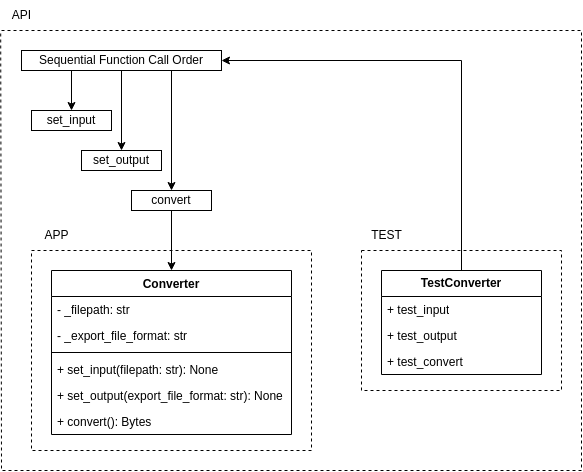
This is _readme/Diagram-API_TEST.drawio.png from ames0k0/TP--Audio-File-Converter, a draw.io export, as it was before one commit. Source tidied: cells renumbered, new cells last; positions are measured from the earlier drawing's top-left corner, leaving out a move shared by most shapes.
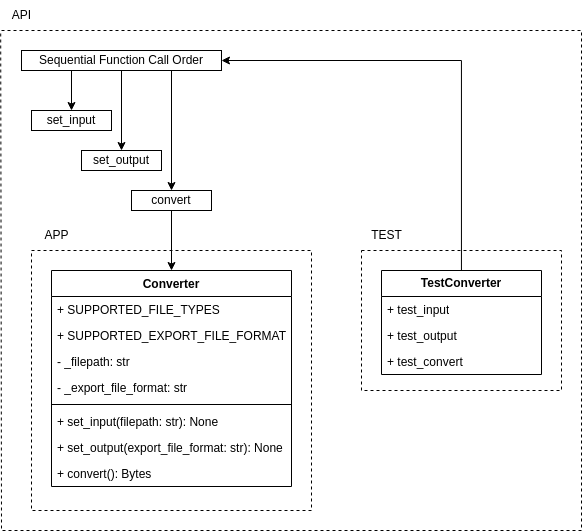
After the change.

What changed in the source:
```diff
@@ -8,9 +8,9 @@
         <Array as="points">
           <mxPoint x="580" y="30" />
           <mxPoint x="580" y="350" />
-          <mxPoint x="580" y="470" />
-          <mxPoint x="280" y="470" />
-          <mxPoint y="470" />
+          <mxPoint x="580" y="530" />
+          <mxPoint x="280" y="530" />
+          <mxPoint y="530" />
         </Array>
       </mxGeometry>
     </mxCell>
@@ -45,8 +45,8 @@
         <Array as="points">
           <mxPoint x="170" y="250" />
           <mxPoint x="310" y="250" />
-          <mxPoint x="310" y="450" />
-          <mxPoint x="30" y="450" />
+          <mxPoint x="310" y="510" />
+          <mxPoint x="30" y="510" />
         </Array>
       </mxGeometry>
     </mxCell>
@@ -54,25 +54,31 @@
       <mxGeometry x="30" y="220" width="50" height="30" as="geometry" />
     </mxCell>
     <mxCell id="13" value="Converter" style="swimlane;fontStyle=1;align=center;verticalAlign=top;horizontal=1;startSize=26;whiteSpace=wrap;html=1;" parent="1" vertex="1">
-      <mxGeometry x="50" y="270" width="240" height="164" as="geometry" />
+      <mxGeometry x="50" y="270" width="240" height="216" as="geometry" />
     </mxCell>
+    <mxCell id="28" value="+ SUPPORTED_FILE_TYPES" style="text;strokeColor=none;fillColor=none;align=left;verticalAlign=top;spacingLeft=4;spacingRight=4;overflow=hidden;whiteSpace=wrap;html=1;" parent="13" vertex="1">
+      <mxGeometry y="26" width="240" height="26" as="geometry" />
+    </mxCell>
+    <mxCell id="29" value="+ SUPPORTED_EXPORT_FILE_FORMAT" style="text;strokeColor=none;fillColor=none;align=left;verticalAlign=top;spacingLeft=4;spacingRight=4;overflow=hidden;whiteSpace=wrap;html=1;" parent="13" vertex="1">
+      <mxGeometry y="52" width="240" height="26" as="geometry" />
+    </mxCell>
     <mxCell id="14" value="- _filepath: str" style="text;strokeColor=none;fillColor=none;align=left;verticalAlign=top;spacingLeft=4;spacingRight=4;overflow=hidden;whiteSpace=wrap;html=1;" parent="13" vertex="1">
-      <mxGeometry y="26" width="240" height="26" as="geometry" />
+      <mxGeometry y="78" width="240" height="26" as="geometry" />
     </mxCell>
     <mxCell id="15" value="- _export_file_format: str" style="text;strokeColor=none;fillColor=none;align=left;verticalAlign=top;spacingLeft=4;spacingRight=4;overflow=hidden;whiteSpace=wrap;html=1;" parent="13" vertex="1">
-      <mxGeometry y="52" width="240" height="26" as="geometry" />
+      <mxGeometry y="104" width="240" height="26" as="geometry" />
     </mxCell>
     <mxCell id="16" style="line;strokeWidth=1;fillColor=none;align=left;verticalAlign=middle;spacingTop=-1;spacingLeft=3;spacingRight=3;labelPosition=right;strokeColor=inherit;" parent="13" vertex="1">
-      <mxGeometry y="78" width="240" height="8" as="geometry" />
+      <mxGeometry y="130" width="240" height="8" as="geometry" />
     </mxCell>
     <mxCell id="17" value="+ set_input(filepath: str): None" style="text;strokeColor=none;fillColor=none;align=left;verticalAlign=top;spacingLeft=4;spacingRight=4;overflow=hidden;whiteSpace=wrap;html=1;" parent="13" vertex="1">
-      <mxGeometry y="86" width="240" height="26" as="geometry" />
+      <mxGeometry y="138" width="240" height="26" as="geometry" />
     </mxCell>
     <mxCell id="18" value="+ set_output(export_file_format: str): None" style="text;strokeColor=none;fillColor=none;align=left;verticalAlign=top;spacingLeft=4;spacingRight=4;overflow=hidden;whiteSpace=wrap;html=1;" parent="13" vertex="1">
-      <mxGeometry y="112" width="240" height="26" as="geometry" />
+      <mxGeometry y="164" width="240" height="26" as="geometry" />
     </mxCell>
     <mxCell id="19" value="+ convert(): Bytes" style="text;strokeColor=none;fillColor=none;align=left;verticalAlign=top;spacingLeft=4;spacingRight=4;overflow=hidden;whiteSpace=wrap;html=1;" parent="13" vertex="1">
-      <mxGeometry y="138" width="240" height="26" as="geometry" />
+      <mxGeometry y="190" width="240" height="26" as="geometry" />
     </mxCell>
     <mxCell id="20" value="set_output" style="whiteSpace=wrap;html=1;" parent="1" vertex="1">
       <mxGeometry x="80" y="150" width="80" height="20" as="geometry" />
```
